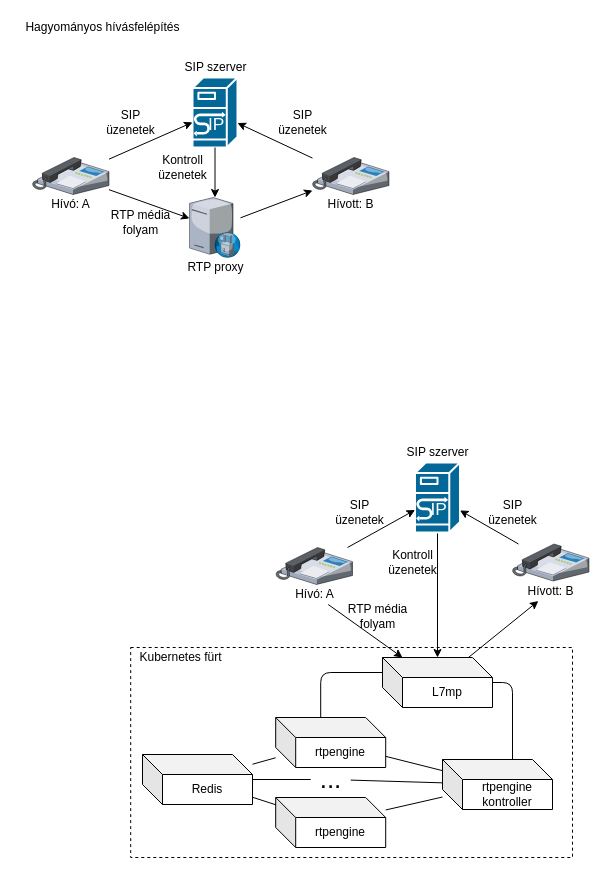
Above: page "intro" (1 of 5) of figures/figures.drawio in VidarHUN/thesis (draw.io), before the change. Source tidied: cells renumbered, new cells numbered last; positions are measured from the earlier drawing's top-left corner, leaving out a move shared by most shapes. Both pictures are drawn from the tidied source at 100%, with x=0, y=0 at pixel (17, 17).
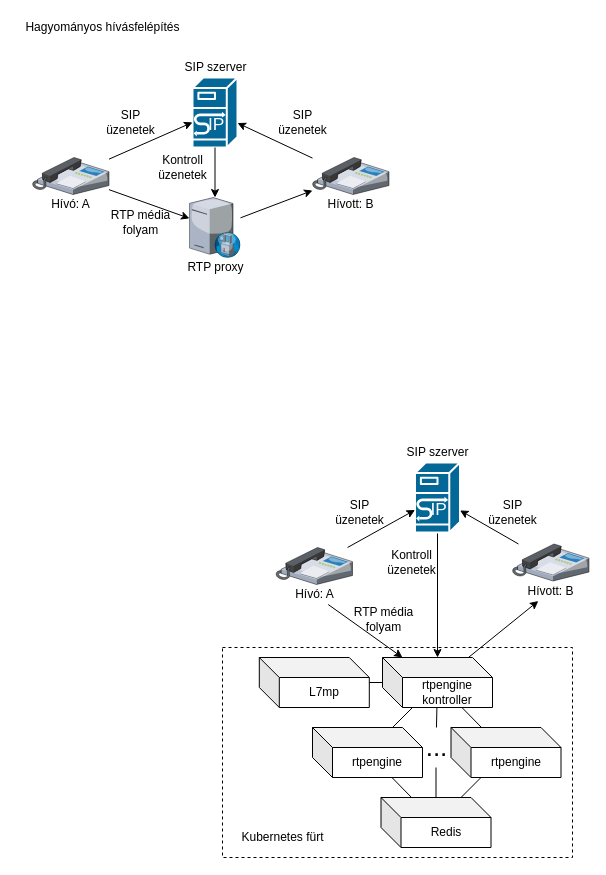
After the change.

Unchanged cells that the change refers to:
```xml
<mxCell id="48" value="Hívó: A" style="text;html=1;align=center;verticalAlign=middle;points=[];" parent="46" vertex="1">
  <mxGeometry x="13.2" y="37" width="50" height="20" as="geometry" />
</mxCell>
<mxCell id="51" value="Hívott: B" style="text;html=1;align=center;verticalAlign=middle;points=[];" parent="49" vertex="1">
  <mxGeometry x="8.2" y="37" width="60" height="20" as="geometry" />
</mxCell>
<mxCell id="53" style="shape=mxgraph.cisco.servers.sip_proxy_server;html=1;dashed=0;fillColor=#036897;strokeColor=#ffffff;strokeWidth=2;verticalLabelPosition=bottom;verticalAlign=top;align=center;outlineConnect=0;" parent="52" vertex="1">
  <mxGeometry x="17.5" y="20" width="45" height="70" as="geometry" />
</mxCell>
```

What changed in the source:
```diff
@@
     <mxCell id="2" value="rtpengine" style="shape=cube;whiteSpace=wrap;html=1;boundedLbl=1;backgroundOutline=1;darkOpacity=0.05;darkOpacity2=0.1;" parent="1" vertex="1">
-      <mxGeometry x="258.2" y="780" width="110" height="50" as="geometry" />
+      <mxGeometry x="295" y="710" width="110" height="50" as="geometry" />
     </mxCell>
@@
     <mxCell id="26" style="rounded=0;whiteSpace=wrap;html=1;fillColor=none;dashed=1;" parent="1" vertex="1">
-      <mxGeometry x="113.2" y="630" width="441.8" height="210" as="geometry" />
+      <mxGeometry x="205" y="630" width="350" height="210" as="geometry" />
     </mxCell>
     <mxCell id="27" value="L7mp" style="shape=cube;whiteSpace=wrap;html=1;boundedLbl=1;backgroundOutline=1;darkOpacity=0.05;darkOpacity2=0.1;" parent="1" vertex="1">
-      <mxGeometry x="365" y="640" width="110" height="50" as="geometry" />
+      <mxGeometry x="241.8" y="640" width="110" height="50" as="geometry" />
     </mxCell>
     <mxCell id="28" value="rtpengine" style="shape=cube;whiteSpace=wrap;html=1;boundedLbl=1;backgroundOutline=1;darkOpacity=0.05;darkOpacity2=0.1;" parent="1" vertex="1">
-      <mxGeometry x="258.2" y="700" width="110" height="50" as="geometry" />
+      <mxGeometry x="433.5" y="710" width="110" height="50" as="geometry" />
     </mxCell>
     <mxCell id="29" value="..." style="text;html=1;align=center;verticalAlign=middle;points=[];fontSize=26;" parent="1" vertex="1">
-      <mxGeometry x="293.2" y="742" width="40" height="40" as="geometry" />
+      <mxGeometry x="398.5" y="710" width="40" height="40" as="geometry" />
     </mxCell>
     <mxCell id="30" value="rtpengine kontroller" style="shape=cube;whiteSpace=wrap;html=1;boundedLbl=1;backgroundOutline=1;darkOpacity=0.05;darkOpacity2=0.1;" parent="1" vertex="1">
-      <mxGeometry x="425" y="742" width="110" height="50" as="geometry" />
+      <mxGeometry x="365" y="640" width="110" height="50" as="geometry" />
     </mxCell>
-    <mxCell id="31" style="endArrow=none;html=1;fontSize=26;edgeStyle=orthogonalEdgeStyle;" parent="1" edge="1" source="30" target="27">
-      <mxGeometry relative="1" as="geometry">
-        <Array as="points">
-          <mxPoint x="495" y="665" />
-        </Array>
-      </mxGeometry>
-    </mxCell>
-    <mxCell id="32" style="endArrow=none;html=1;fontSize=26;entryX=0;entryY=0;entryDx=0;entryDy=15;entryPerimeter=0;exitX=0;exitY=0;exitDx=45;exitDy=0;exitPerimeter=0;edgeStyle=orthogonalEdgeStyle;" parent="1" edge="1" source="28" target="27">
-      <mxGeometry relative="1" as="geometry" />
-    </mxCell>
-    <mxCell id="33" style="endArrow=none;html=1;fontSize=26;" parent="1" edge="1" source="30" target="28">
-      <mxGeometry relative="1" as="geometry" />
-    </mxCell>
-    <mxCell id="34" style="endArrow=none;html=1;fontSize=26;" parent="1" edge="1" source="30" target="29">
-      <mxGeometry relative="1" as="geometry" />
-    </mxCell>
-    <mxCell id="35" style="endArrow=none;html=1;fontSize=26;" parent="1" edge="1" source="2" target="30">
-      <mxGeometry relative="1" as="geometry" />
-    </mxCell>
     <mxCell id="36" value="Redis" style="shape=cube;whiteSpace=wrap;html=1;boundedLbl=1;backgroundOutline=1;darkOpacity=0.05;darkOpacity2=0.1;" parent="1" vertex="1">
-      <mxGeometry x="125" y="737" width="110" height="50" as="geometry" />
+      <mxGeometry x="363.5" y="780" width="110" height="50" as="geometry" />
     </mxCell>
-    <mxCell id="37" style="endArrow=none;html=1;fontSize=26;" parent="1" edge="1" source="36" target="28">
-      <mxGeometry relative="1" as="geometry" />
-    </mxCell>
-    <mxCell id="38" style="endArrow=none;html=1;fontSize=26;" parent="1" edge="1" source="36" target="29">
-      <mxGeometry relative="1" as="geometry" />
-    </mxCell>
-    <mxCell id="39" style="endArrow=none;html=1;fontSize=26;" parent="1" edge="1" source="36" target="2">
-      <mxGeometry relative="1" as="geometry" />
-    </mxCell>
     <mxCell id="40" value="Kubernetes fürt" style="text;html=1;align=center;verticalAlign=middle;fontSize=12;" parent="1" vertex="1">
-      <mxGeometry x="113.2" y="630" width="100" height="20" as="geometry" />
+      <mxGeometry x="215" y="810" width="100" height="20" as="geometry" />
     </mxCell>
-    <mxCell id="41" style="edgeStyle=none;rounded=0;jettySize=auto;html=1;startArrow=none;startFill=0;" parent="1" edge="1" source="48" target="27">
+    <mxCell id="41" style="edgeStyle=none;rounded=0;jettySize=auto;html=1;startArrow=none;startFill=0;" parent="1" edge="1" source="48" target="30">
       <mxGeometry relative="1" as="geometry" />
     </mxCell>
-    <mxCell id="42" style="edgeStyle=none;rounded=0;jettySize=auto;html=1;startArrow=classic;startFill=1;endArrow=none;endFill=0;" parent="1" edge="1" source="51" target="27">
+    <mxCell id="42" style="edgeStyle=none;rounded=0;jettySize=auto;html=1;startArrow=classic;startFill=1;endArrow=none;endFill=0;" parent="1" edge="1" source="51" target="30">
       <mxGeometry relative="1" as="geometry" />
     </mxCell>
-    <mxCell id="43" style="edgeStyle=none;rounded=0;jettySize=auto;html=1;" parent="1" edge="1" source="53" target="27">
+    <mxCell id="43" style="edgeStyle=none;rounded=0;jettySize=auto;html=1;" parent="1" edge="1" source="53" target="30">
       <mxGeometry relative="1" as="geometry" />
     </mxCell>
@@
     <mxCell id="57" value="RTP média &lt;br&gt;folyam" style="text;html=1;align=center;verticalAlign=middle;" parent="1" vertex="1">
-      <mxGeometry x="320" y="583.5" width="80" height="30" as="geometry" />
+      <mxGeometry x="325.9" y="587" width="80" height="30" as="geometry" />
     </mxCell>
     <mxCell id="58" value="Kontroll&lt;br&gt;üzenetek" style="text;html=1;align=center;verticalAlign=middle;" parent="1" vertex="1">
-      <mxGeometry x="365" y="530" width="60" height="30" as="geometry" />
+      <mxGeometry x="363.5" y="530" width="60" height="30" as="geometry" />
     </mxCell>
+    <mxCell id="35" style="endArrow=none;html=1;" parent="1" edge="1" source="2" target="30">
+      <mxGeometry relative="1" as="geometry" />
+    </mxCell>
+    <mxCell id="59" style="endArrow=none;html=1;" parent="1" edge="1" source="29" target="30">
+      <mxGeometry relative="1" as="geometry" />
+    </mxCell>
+    <mxCell id="60" style="endArrow=none;html=1;" parent="1" edge="1" source="28" target="30">
+      <mxGeometry relative="1" as="geometry" />
+    </mxCell>
+    <mxCell id="61" style="endArrow=none;html=1;" parent="1" edge="1" source="27" target="30">
+      <mxGeometry relative="1" as="geometry" />
+    </mxCell>
+    <mxCell id="62" style="endArrow=none;html=1;" parent="1" edge="1" source="2" target="36">
+      <mxGeometry relative="1" as="geometry" />
+    </mxCell>
+    <mxCell id="38" style="endArrow=none;html=1;" parent="1" edge="1" source="36" target="29">
+      <mxGeometry relative="1" as="geometry" />
+    </mxCell>
+    <mxCell id="37" style="endArrow=none;html=1;" parent="1" edge="1" source="36" target="28">
+      <mxGeometry relative="1" as="geometry" />
+    </mxCell>
```
